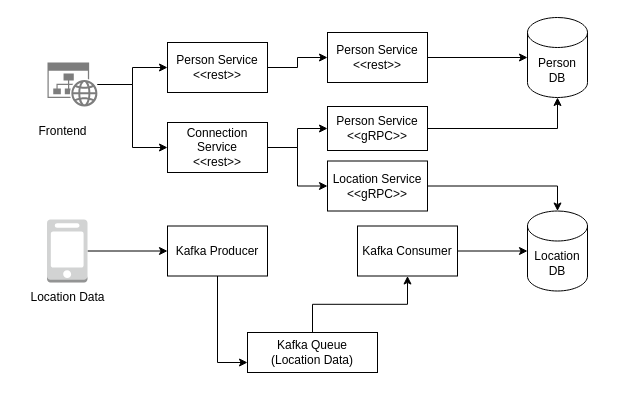
The draw.io diagram images/architecture-diagram.drawio in Tarunshrma/UdaConnect, before the edit. Source tidied: cells renumbered, new cells numbered last; positions are measured from the earlier drawing's top-left corner, leaving out a move shared by most shapes. Both pictures are drawn from the tidied source at 100%, with x=0, y=0 at pixel (17, 17).
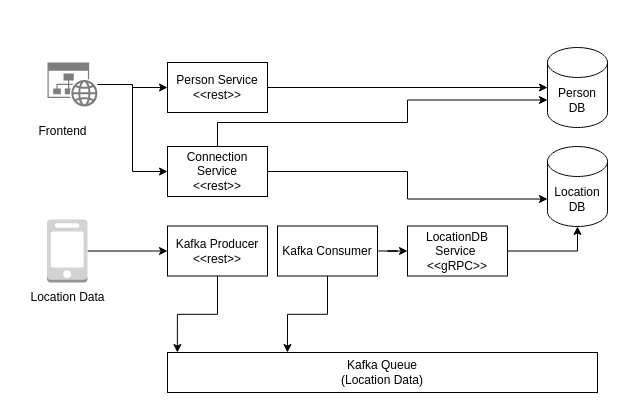
The same page after the edit.

Commit message (it also covers changes not shown here):
Fixed import issue from location consumer and producer, updated architecture diagram

The change refers to these unchanged cells:
```xml
<mxCell id="14" style="sketch=0;shadow=0;dashed=0;html=1;strokeColor=none;labelPosition=center;verticalLabelPosition=bottom;verticalAlign=top;align=center;shape=mxgraph.mscae.enterprise.website_generic;fillColor=#7D7D7D;" parent="1" vertex="1">
  <mxGeometry x="30" y="45" width="50" height="44" as="geometry" />
</mxCell>
```

What changed in the source:
```diff
@@
-    <mxCell id="2" style="edgeStyle=orthogonalEdgeStyle;rounded=0;jettySize=auto;html=1;entryX=0.5;entryY=1;entryDx=0;entryDy=0;" parent="1" edge="1" source="3" target="7">
-      <mxGeometry relative="1" as="geometry" />
-    </mxCell>
     <mxCell id="3" value="Kafka Queue&lt;br&gt;(Location Data)" style="rounded=0;whiteSpace=wrap;html=1;" parent="1" vertex="1">
-      <mxGeometry x="230" y="315" width="130" height="40" as="geometry" />
+      <mxGeometry x="150" y="335" width="430" height="40" as="geometry" />
     </mxCell>
-    <mxCell id="4" style="edgeStyle=orthogonalEdgeStyle;rounded=0;jettySize=auto;html=1;entryX=0;entryY=0.75;entryDx=0;entryDy=0;" parent="1" edge="1" source="5" target="3">
+    <mxCell id="4" style="edgeStyle=orthogonalEdgeStyle;rounded=0;jettySize=auto;html=1;entryX=0.023;entryY=0;entryDx=0;entryDy=0;entryPerimeter=0;" parent="1" edge="1" source="5" target="3">
       <mxGeometry relative="1" as="geometry" />
     </mxCell>
-    <mxCell id="5" value="Kafka Producer" style="rounded=0;whiteSpace=wrap;html=1;" parent="1" vertex="1">
+    <mxCell id="5" value="Kafka Producer&lt;br&gt;&amp;lt;&amp;lt;rest&amp;gt;&amp;gt;" style="rounded=0;whiteSpace=wrap;html=1;" parent="1" vertex="1">
       <mxGeometry x="150" y="208.5" width="100" height="50" as="geometry" />
     </mxCell>
-    <mxCell id="6" style="edgeStyle=orthogonalEdgeStyle;rounded=0;jettySize=auto;html=1;" parent="1" edge="1" source="7" target="8">
-      <mxGeometry relative="1" as="geometry" />
-    </mxCell>
+    <mxCell id="28" style="edgeStyle=orthogonalEdgeStyle;rounded=0;jettySize=auto;html=1;entryX=0.279;entryY=0;entryDx=0;entryDy=0;entryPerimeter=0;" parent="1" edge="1" source="7" target="3">
+      <mxGeometry relative="1" as="geometry" />
+    </mxCell>
+    <mxCell id="29" style="edgeStyle=orthogonalEdgeStyle;rounded=0;jettySize=auto;html=1;" parent="1" edge="1" source="7" target="33">
+      <mxGeometry relative="1" as="geometry" />
+    </mxCell>
     <mxCell id="7" value="Kafka Consumer" style="rounded=0;whiteSpace=wrap;html=1;" parent="1" vertex="1">
-      <mxGeometry x="340" y="208.5" width="100" height="50" as="geometry" />
+      <mxGeometry x="260" y="208.5" width="100" height="50" as="geometry" />
     </mxCell>
     <mxCell id="8" value="Location DB" style="shape=cylinder3;whiteSpace=wrap;html=1;boundedLbl=1;backgroundOutline=1;size=15;" parent="1" vertex="1">
-      <mxGeometry x="510" y="193.5" width="60" height="80" as="geometry" />
+      <mxGeometry x="530" y="129" width="60" height="80" as="geometry" />
     </mxCell>
@@
-    <mxCell id="12" style="edgeStyle=orthogonalEdgeStyle;rounded=0;jettySize=auto;html=1;entryX=0;entryY=0.5;entryDx=0;entryDy=0;" parent="1" edge="1" source="14" target="17">
+    <mxCell id="12" style="edgeStyle=orthogonalEdgeStyle;rounded=0;jettySize=auto;html=1;entryX=0;entryY=0.5;entryDx=0;entryDy=0;" parent="1" edge="1" source="14" target="25">
       <mxGeometry relative="1" as="geometry" />
     </mxCell>
@@
-    <mxCell id="16" style="edgeStyle=orthogonalEdgeStyle;rounded=0;jettySize=auto;html=1;" parent="1" edge="1" source="17" target="25">
-      <mxGeometry relative="1" as="geometry" />
-    </mxCell>
-    <mxCell id="17" value="Person Service&lt;br&gt;&amp;lt;&amp;lt;rest&amp;gt;&amp;gt;" style="rounded=0;whiteSpace=wrap;html=1;" parent="1" vertex="1">
-      <mxGeometry x="150" y="25" width="100" height="50" as="geometry" />
-    </mxCell>
-    <mxCell id="18" style="edgeStyle=orthogonalEdgeStyle;rounded=0;jettySize=auto;html=1;entryX=0.5;entryY=0;entryDx=0;entryDy=0;entryPerimeter=0;" parent="1" edge="1" source="19" target="8">
-      <mxGeometry relative="1" as="geometry" />
-    </mxCell>
-    <mxCell id="19" value="Location Service&lt;br&gt;&amp;lt;&amp;lt;gRPC&amp;gt;&amp;gt;" style="rounded=0;whiteSpace=wrap;html=1;" parent="1" vertex="1">
-      <mxGeometry x="310" y="143.5" width="100" height="50" as="geometry" />
-    </mxCell>
-    <mxCell id="20" style="edgeStyle=orthogonalEdgeStyle;rounded=0;jettySize=auto;html=1;" parent="1" edge="1" source="22" target="19">
-      <mxGeometry relative="1" as="geometry" />
-    </mxCell>
-    <mxCell id="21" style="edgeStyle=orthogonalEdgeStyle;rounded=0;jettySize=auto;html=1;entryX=0;entryY=0.5;entryDx=0;entryDy=0;" parent="1" edge="1" source="22" target="27">
-      <mxGeometry relative="1" as="geometry" />
-    </mxCell>
+    <mxCell id="30" style="edgeStyle=orthogonalEdgeStyle;rounded=0;jettySize=auto;html=1;entryX=0;entryY=0;entryDx=0;entryDy=52.5;entryPerimeter=0;" parent="1" edge="1" source="22" target="23">
+      <mxGeometry relative="1" as="geometry">
+        <Array as="points">
+          <mxPoint x="200" y="105" />
+          <mxPoint x="390" y="105" />
+          <mxPoint x="390" y="83" />
+        </Array>
+      </mxGeometry>
+    </mxCell>
+    <mxCell id="31" style="edgeStyle=orthogonalEdgeStyle;rounded=0;jettySize=auto;html=1;entryX=0;entryY=0;entryDx=0;entryDy=52.5;entryPerimeter=0;" parent="1" edge="1" source="22" target="8">
+      <mxGeometry relative="1" as="geometry" />
+    </mxCell>
     <mxCell id="22" value="Connection Service&lt;br&gt;&amp;lt;&amp;lt;rest&amp;gt;&amp;gt;" style="rounded=0;whiteSpace=wrap;html=1;" parent="1" vertex="1">
-      <mxGeometry x="150" y="105" width="100" height="50" as="geometry" />
+      <mxGeometry x="150" y="129" width="100" height="50" as="geometry" />
     </mxCell>
     <mxCell id="23" value="Person DB" style="shape=cylinder3;whiteSpace=wrap;html=1;boundedLbl=1;backgroundOutline=1;size=15;" parent="1" vertex="1">
-      <mxGeometry x="510" width="60" height="80" as="geometry" />
+      <mxGeometry x="530" y="30" width="60" height="80" as="geometry" />
     </mxCell>
@@
     <mxCell id="25" value="Person Service&lt;br&gt;&amp;lt;&amp;lt;rest&amp;gt;&amp;gt;" style="rounded=0;whiteSpace=wrap;html=1;" parent="1" vertex="1">
-      <mxGeometry x="310" y="15" width="100" height="50" as="geometry" />
+      <mxGeometry x="150" y="45" width="100" height="50" as="geometry" />
     </mxCell>
-    <mxCell id="26" style="edgeStyle=orthogonalEdgeStyle;rounded=0;jettySize=auto;html=1;entryX=0.5;entryY=1;entryDx=0;entryDy=0;entryPerimeter=0;" parent="1" edge="1" source="27" target="23">
-      <mxGeometry relative="1" as="geometry" />
-    </mxCell>
-    <mxCell id="27" value="Person Service&lt;br&gt;&amp;lt;&amp;lt;gRPC&amp;gt;&amp;gt;" style="rounded=0;whiteSpace=wrap;html=1;" parent="1" vertex="1">
-      <mxGeometry x="310" y="89" width="100" height="44" as="geometry" />
-    </mxCell>
+    <mxCell id="32" style="edgeStyle=orthogonalEdgeStyle;rounded=0;jettySize=auto;html=1;entryX=0.5;entryY=1;entryDx=0;entryDy=0;entryPerimeter=0;" parent="1" edge="1" source="33" target="8">
+      <mxGeometry relative="1" as="geometry" />
+    </mxCell>
+    <mxCell id="33" value="LocationDB Service&amp;nbsp;&lt;br&gt;&amp;lt;&amp;lt;gRPC&amp;gt;&amp;gt;" style="rounded=0;whiteSpace=wrap;html=1;" parent="1" vertex="1">
+      <mxGeometry x="390" y="208.5" width="100" height="50" as="geometry" />
+    </mxCell>
```
